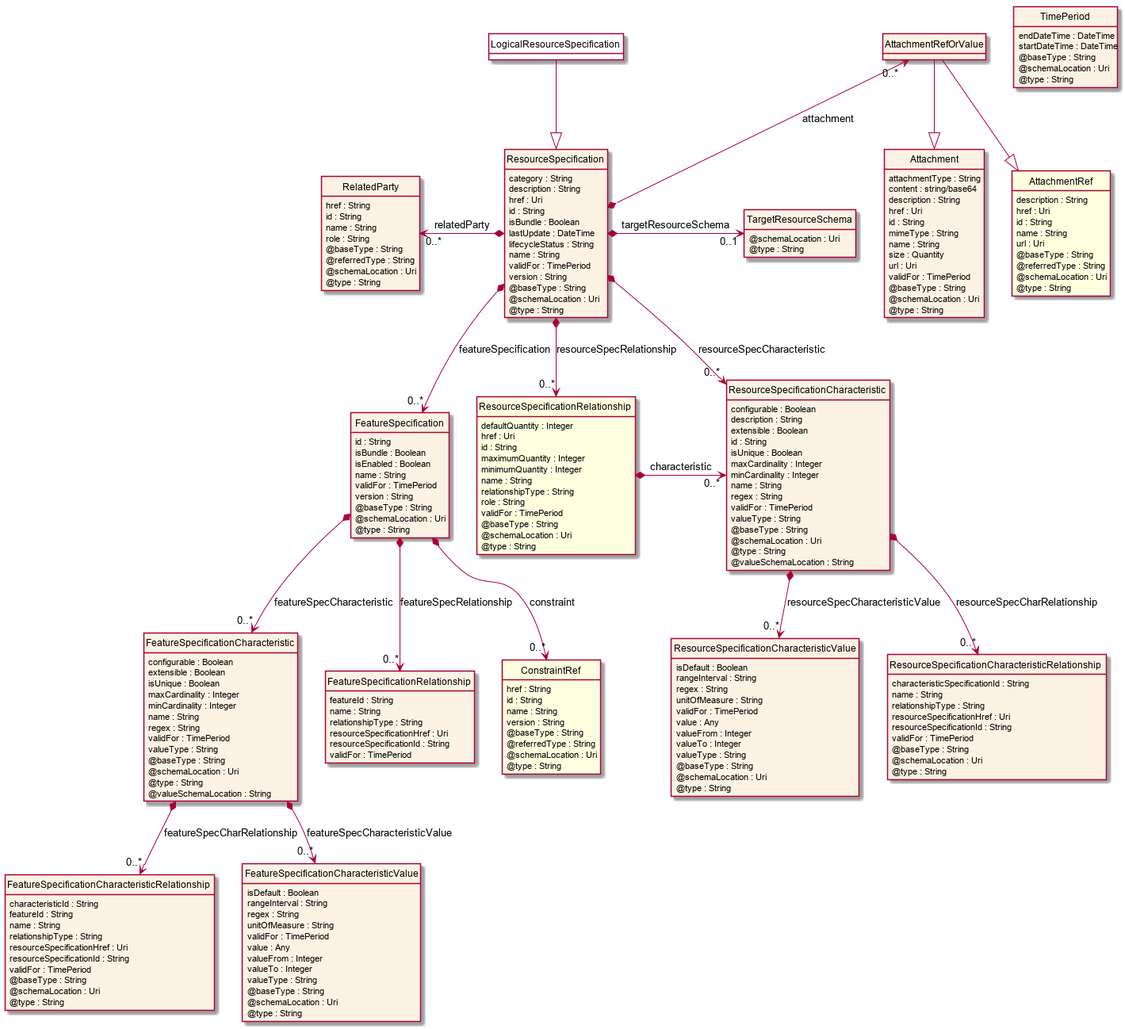
Earlier version of the PlantUML export apis/TMF634_Resource_Catalog/documentation/diagrams/Resource_LogicalResourceSpecification.png (tmforum-apis/Open_Api_And_Data_Model).
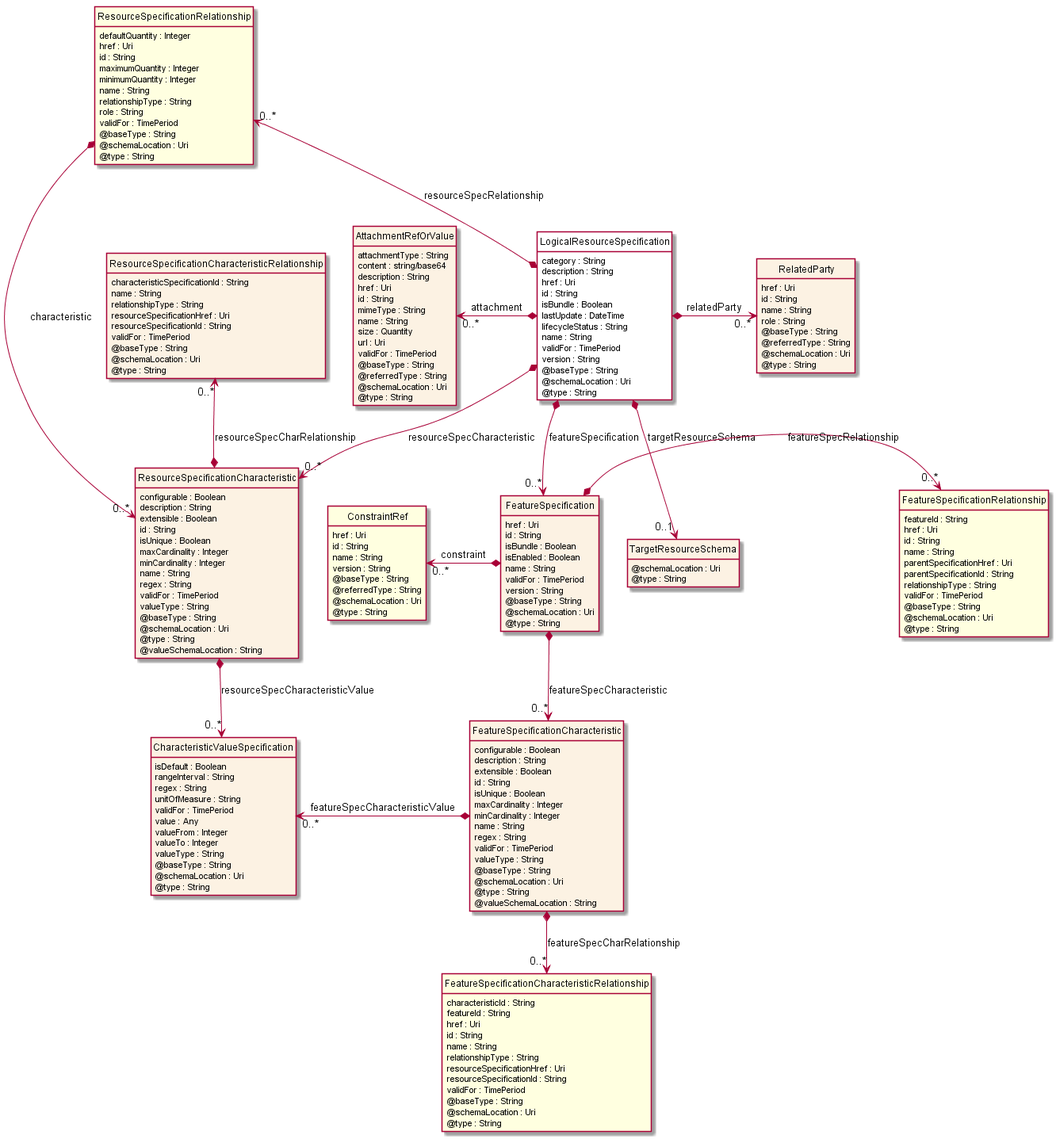
After the change.

Change to the diagram source:
```diff
@@ -7,15 +7,10 @@
    BackgroundColor<<Enumeration>> #E6F5F7
    BackgroundColor<<Ref>> #FFFFE0
    BackgroundColor<<Pivot>> #FFFFFFF
-   BackgroundColor<<SimpleType>> #E2F0DA
    BackgroundColor #FCF2E3
 }
 
-class LogicalResourceSpecification <<Pivot>> {
-
-}
-
-class ResourceSpecification  {
+class LogicalResourceSpecification  <<Pivot>> {
     category : String
     description : String
     href : Uri
@@ -31,16 +26,8 @@
     @type : String
 }
 
-class TimePeriod  {
-    endDateTime : DateTime
-    startDateTime : DateTime
-    @baseType : String
-    @schemaLocation : Uri
-    @type : String
-}
-
 class RelatedParty  {
-    href : String
+    href : Uri
     id : String
     name : String
     role : String
@@ -68,7 +55,7 @@
     @valueSchemaLocation : String
 }
 
-class ResourceSpecificationCharacteristicValue  {
+class CharacteristicValueSpecification  {
     isDefault : Boolean
     rangeInterval : String
     regex : String
@@ -96,6 +83,7 @@
 }
 
 class FeatureSpecification  {
+    href : Uri
     id : String
     isBundle : Boolean
     isEnabled : Boolean
@@ -107,17 +95,22 @@
     @type : String
 }
 
-class FeatureSpecificationRelationship  {
+class FeatureSpecificationRelationship  <<Ref>> {
     featureId : String
+    href : Uri
+    id : String
     name : String
+    parentSpecificationHref : Uri
+    parentSpecificationId : String
     relationshipType : String
-    resourceSpecificationHref : Uri
-    resourceSpecificationId : String
     validFor : TimePeriod
+    @baseType : String
+    @schemaLocation : Uri
+    @type : String
 }
 
 class ConstraintRef  <<Ref>> {
-    href : String
+    href : Uri
     id : String
     name : String
     version : String
@@ -129,7 +122,9 @@
 
 class FeatureSpecificationCharacteristic  {
     configurable : Boolean
+    description : String
     extensible : Boolean
+    id : String
     isUnique : Boolean
     maxCardinality : Integer
     minCardinality : Integer
@@ -143,29 +138,16 @@
     @valueSchemaLocation : String
 }
 
-class FeatureSpecificationCharacteristicRelationship  {
+class FeatureSpecificationCharacteristicRelationship  <<Ref>> {
     characteristicId : String
     featureId : String
+    href : Uri
+    id : String
     name : String
     relationshipType : String
     resourceSpecificationHref : Uri
     resourceSpecificationId : String
     validFor : TimePeriod
-    @baseType : String
-    @schemaLocation : Uri
-    @type : String
-}
-
-class FeatureSpecificationCharacteristicValue  {
-    isDefault : Boolean
-    rangeInterval : String
-    regex : String
-    unitOfMeasure : String
-    validFor : TimePeriod
-    value : Any
-    valueFrom : Integer
-    valueTo : Integer
-    valueType : String
     @baseType : String
     @schemaLocation : Uri
     @type : String
@@ -187,22 +169,6 @@
 }
 
 class AttachmentRefOrValue  {
-
-}
-
-class AttachmentRef  <<Ref>> {
-    description : String
-    href : Uri
-    id : String
-    name : String
-    url : Uri
-    @baseType : String
-    @referredType : String
-    @schemaLocation : Uri
-    @type : String
-}
-
-class Attachment  {
     attachmentType : String
     content : string/base64
     description : String
@@ -214,6 +180,7 @@
     url : Uri
     validFor : TimePeriod
     @baseType : String
+    @referredType : String
     @schemaLocation : Uri
     @type : String
 }
@@ -223,40 +190,32 @@
     @type : String
 }
 
-LogicalResourceSpecification --|> ResourceSpecification
+ResourceSpecificationRelationship "0..*" <--* LogicalResourceSpecification : resourceSpecRelationship
 
-ResourceSpecification *-->  "0..*" ResourceSpecificationRelationship : resourceSpecRelationship
+LogicalResourceSpecification *-->  "0..*" ResourceSpecificationCharacteristic : resourceSpecCharacteristic
 
-ResourceSpecification *-->  "0..*" ResourceSpecificationCharacteristic : resourceSpecCharacteristic
+LogicalResourceSpecification *-->  "0..*" FeatureSpecification : featureSpecification
 
-ResourceSpecificationRelationship *-right-> "0..*" ResourceSpecificationCharacteristic : characteristic
-
-RelatedParty "0..*" <-left-* ResourceSpecification : relatedParty
-
-ResourceSpecification *-right-> "0..1" TargetResourceSchema : targetResourceSchema
-
-AttachmentRefOrValue "0..*" <--* ResourceSpecification : attachment
-
-ResourceSpecification *-->  "0..*" FeatureSpecification : featureSpecification
-
-FeatureSpecification -right[hidden]-> ResourceSpecificationRelationship
-
-FeatureSpecification *-->  "0..*" FeatureSpecificationRelationship : featureSpecRelationship
-
-FeatureSpecification *-->  "0..*" ConstraintRef : constraint
+ResourceSpecificationCharacteristic *-->  "0..*" CharacteristicValueSpecification : resourceSpecCharacteristicValue
 
 FeatureSpecification *-->  "0..*" FeatureSpecificationCharacteristic : featureSpecCharacteristic
 
-ResourceSpecificationCharacteristic *-->  "0..*" ResourceSpecificationCharacteristicValue : resourceSpecCharacteristicValue
+CharacteristicValueSpecification "0..*" <-left-* FeatureSpecificationCharacteristic : featureSpecCharacteristicValue
 
-ResourceSpecificationCharacteristic *-->  "0..*" ResourceSpecificationCharacteristicRelationship : resourceSpecCharRelationship
+ResourceSpecificationRelationship *-->  "0..*" ResourceSpecificationCharacteristic : characteristic
+
+AttachmentRefOrValue "0..*" <-left-* LogicalResourceSpecification : attachment
+
+LogicalResourceSpecification *-right-> "0..*" RelatedParty : relatedParty
+
+LogicalResourceSpecification *-->  "0..1" TargetResourceSchema : targetResourceSchema
+
+ConstraintRef "0..*" <-left-* FeatureSpecification : constraint
+
+FeatureSpecification *-right-> "0..*" FeatureSpecificationRelationship : featureSpecRelationship
+
+ResourceSpecificationCharacteristicRelationship "0..*" <--* ResourceSpecificationCharacteristic : resourceSpecCharRelationship
 
 FeatureSpecificationCharacteristic *-->  "0..*" FeatureSpecificationCharacteristicRelationship : featureSpecCharRelationship
 
-FeatureSpecificationCharacteristic *-->  "0..*" FeatureSpecificationCharacteristicValue : featureSpecCharacteristicValue
-
-AttachmentRefOrValue --|> Attachment
-
-AttachmentRefOrValue --|> AttachmentRef
-
 @enduml
```
